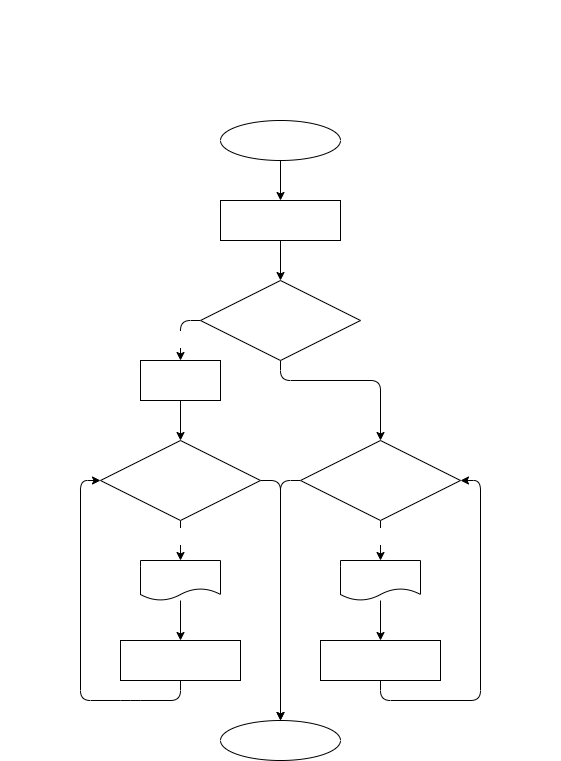
Above: cSharp_hw01/task_08/diagram.drawio.png in Namcorp1/tasksOnCSharp (draw.io), before the change. Source tidied: cells renumbered, new cells last; positions are measured from the earlier drawing's top-left corner, leaving out a move shared by most shapes. Source of this version:
```xml
<mxGraphModel>
  <root>
    <mxCell id="0" />
    <mxCell id="1" parent="0" />
    <mxCell id="2" value="&lt;p style=&quot;box-sizing: border-box ; margin: 0px ; font-weight: normal ; font-family: &amp;#34;roboto&amp;#34; , &amp;#34;san francisco&amp;#34; , &amp;#34;helvetica neue&amp;#34; , &amp;#34;helvetica&amp;#34; , &amp;#34;arial&amp;#34; ; font-size: 15px ; font-style: normal ; letter-spacing: normal ; text-indent: 0px ; text-transform: none ; word-spacing: 0px ; text-decoration: none&quot;&gt;&lt;font color=&quot;#ffffff&quot;&gt;&lt;strong style=&quot;box-sizing: border-box ; font-weight: 700&quot;&gt;Задача 8:&lt;/strong&gt;&lt;span class=&quot;Apple-converted-space&quot;&gt;&amp;nbsp;&lt;/span&gt;Напишите программу, которая на вход принимает число (N), а на выходе показывает все чётные числа от 1 до N.&lt;/font&gt;&lt;/p&gt;&lt;p style=&quot;box-sizing: border-box ; margin: 0px ; font-weight: normal ; font-family: &amp;#34;roboto&amp;#34; , &amp;#34;san francisco&amp;#34; , &amp;#34;helvetica neue&amp;#34; , &amp;#34;helvetica&amp;#34; , &amp;#34;arial&amp;#34; ; font-size: 15px ; font-style: normal ; letter-spacing: normal ; text-indent: 0px ; text-transform: none ; word-spacing: 0px ; text-decoration: none&quot;&gt;&lt;font color=&quot;#ffffff&quot;&gt;5 -&amp;gt; 2, 4&lt;br style=&quot;box-sizing: border-box&quot;&gt;8 -&amp;gt; 2, 4, 6, 8&lt;/font&gt;&lt;/p&gt;" style="text;whiteSpace=wrap;html=1;" parent="1" vertex="1">
      <mxGeometry width="560" height="80" as="geometry" />
    </mxCell>
    <mxCell id="3" style="edgeStyle=none;html=1;fontFamily=Courier New;fontSize=14;fontColor=#FFFFFF;" parent="1" edge="1" source="4" target="6">
      <mxGeometry relative="1" as="geometry" />
    </mxCell>
    <mxCell id="4" value="start" style="ellipse;whiteSpace=wrap;html=1;fontColor=#FFFFFF;fontSize=14;fontFamily=Courier New;" parent="1" vertex="1">
      <mxGeometry x="220" y="120" width="120" height="40" as="geometry" />
    </mxCell>
    <mxCell id="5" style="edgeStyle=none;html=1;fontFamily=Courier New;fontSize=14;fontColor=#FFFFFF;" parent="1" edge="1" source="6" target="10">
      <mxGeometry relative="1" as="geometry" />
    </mxCell>
    <mxCell id="6" value="N = 5&lt;br&gt;count = 2" style="whiteSpace=wrap;html=1;fontSize=14;fontFamily=Courier New;fontColor=#FFFFFF;" parent="1" vertex="1">
      <mxGeometry x="220" y="200" width="120" height="40" as="geometry" />
    </mxCell>
    <mxCell id="7" style="edgeStyle=none;html=1;fontFamily=Courier New;fontSize=14;fontColor=#FFFFFF;entryX=0.5;entryY=0;entryDx=0;entryDy=0;exitX=0;exitY=0.5;exitDx=0;exitDy=0;" parent="1" edge="1" source="10" target="12">
      <mxGeometry relative="1" as="geometry">
        <Array as="points">
          <mxPoint x="180" y="320" />
        </Array>
      </mxGeometry>
    </mxCell>
    <mxCell id="8" value="true" style="edgeLabel;html=1;align=center;verticalAlign=middle;fontSize=14;fontFamily=Courier New;fontColor=#FFFFFF;" parent="7" vertex="1">
      <mxGeometry x="0.3" y="1" relative="1" as="geometry" />
    </mxCell>
    <mxCell id="9" style="edgeStyle=none;html=1;exitX=0.5;exitY=1;exitDx=0;exitDy=0;fontFamily=Courier New;fontSize=14;fontColor=#FFFFFF;entryX=0.5;entryY=0;entryDx=0;entryDy=0;" parent="1" edge="1" source="10" target="24">
      <mxGeometry relative="1" as="geometry">
        <Array as="points">
          <mxPoint x="280" y="380" />
          <mxPoint x="380" y="380" />
        </Array>
      </mxGeometry>
    </mxCell>
    <mxCell id="10" value="N &amp;lt; 0" style="rhombus;whiteSpace=wrap;html=1;fontSize=14;fontFamily=Courier New;fontColor=#FFFFFF;" parent="1" vertex="1">
      <mxGeometry x="200" y="280" width="160" height="80" as="geometry" />
    </mxCell>
    <mxCell id="11" style="edgeStyle=none;html=1;exitX=0.5;exitY=1;exitDx=0;exitDy=0;entryX=0.5;entryY=0;entryDx=0;entryDy=0;fontFamily=Courier New;fontSize=14;fontColor=#FFFFFF;" parent="1" edge="1" source="12" target="16">
      <mxGeometry relative="1" as="geometry" />
    </mxCell>
    <mxCell id="12" value="count = 0" style="whiteSpace=wrap;html=1;fontSize=14;fontFamily=Courier New;fontColor=#FFFFFF;" parent="1" vertex="1">
      <mxGeometry x="140" y="360" width="80" height="40" as="geometry" />
    </mxCell>
    <mxCell id="13" style="edgeStyle=none;html=1;fontFamily=Courier New;fontSize=14;fontColor=#FFFFFF;" parent="1" edge="1" source="16" target="18">
      <mxGeometry relative="1" as="geometry" />
    </mxCell>
    <mxCell id="14" value="true" style="edgeLabel;html=1;align=center;verticalAlign=middle;fontSize=14;fontFamily=Courier New;fontColor=#FFFFFF;" parent="13" vertex="1">
      <mxGeometry x="-0.2" y="1" relative="1" as="geometry" />
    </mxCell>
    <mxCell id="15" style="edgeStyle=none;html=1;exitX=1;exitY=0.5;exitDx=0;exitDy=0;fontFamily=Courier New;fontSize=14;fontColor=#FFFFFF;" parent="1" edge="1" source="16">
      <mxGeometry relative="1" as="geometry">
        <mxPoint x="280" y="720" as="targetPoint" />
        <Array as="points">
          <mxPoint x="280" y="480" />
        </Array>
      </mxGeometry>
    </mxCell>
    <mxCell id="16" value="count &amp;gt;= N" style="rhombus;whiteSpace=wrap;html=1;fontSize=14;fontFamily=Courier New;fontColor=#FFFFFF;" parent="1" vertex="1">
      <mxGeometry x="100" y="440" width="160" height="80" as="geometry" />
    </mxCell>
    <mxCell id="17" style="edgeStyle=none;html=1;fontFamily=Courier New;fontSize=14;fontColor=#FFFFFF;" parent="1" edge="1" source="18" target="20">
      <mxGeometry relative="1" as="geometry" />
    </mxCell>
    <mxCell id="18" value="count" style="shape=document;whiteSpace=wrap;html=1;boundedLbl=1;fontSize=14;fontFamily=Courier New;fontColor=#FFFFFF;" parent="1" vertex="1">
      <mxGeometry x="140" y="560" width="80" height="40" as="geometry" />
    </mxCell>
    <mxCell id="19" style="edgeStyle=none;html=1;exitX=0.5;exitY=1;exitDx=0;exitDy=0;entryX=0;entryY=0.5;entryDx=0;entryDy=0;fontFamily=Courier New;fontSize=14;fontColor=#FFFFFF;" parent="1" edge="1" source="20" target="16">
      <mxGeometry relative="1" as="geometry">
        <Array as="points">
          <mxPoint x="180" y="700" />
          <mxPoint x="130" y="700" />
          <mxPoint x="80" y="700" />
          <mxPoint x="80" y="480" />
        </Array>
      </mxGeometry>
    </mxCell>
    <mxCell id="20" value="count -= 2" style="whiteSpace=wrap;html=1;fontSize=14;fontFamily=Courier New;fontColor=#FFFFFF;" parent="1" vertex="1">
      <mxGeometry x="120" y="640" width="120" height="40" as="geometry" />
    </mxCell>
    <mxCell id="21" style="edgeStyle=none;html=1;fontFamily=Courier New;fontSize=14;fontColor=#FFFFFF;" parent="1" edge="1" source="24" target="26">
      <mxGeometry relative="1" as="geometry" />
    </mxCell>
    <mxCell id="22" value="true" style="edgeLabel;html=1;align=center;verticalAlign=middle;fontSize=14;fontFamily=Courier New;fontColor=#FFFFFF;" parent="21" vertex="1">
      <mxGeometry x="-0.2" y="1" relative="1" as="geometry" />
    </mxCell>
    <mxCell id="23" style="edgeStyle=none;html=1;exitX=0;exitY=0.5;exitDx=0;exitDy=0;fontFamily=Courier New;fontSize=14;fontColor=#FFFFFF;" parent="1" edge="1" source="24">
      <mxGeometry relative="1" as="geometry">
        <mxPoint x="280" y="720" as="targetPoint" />
        <Array as="points">
          <mxPoint x="280" y="480" />
        </Array>
      </mxGeometry>
    </mxCell>
    <mxCell id="24" value="count &amp;lt;= N" style="rhombus;whiteSpace=wrap;html=1;fontSize=14;fontFamily=Courier New;fontColor=#FFFFFF;" parent="1" vertex="1">
      <mxGeometry x="300" y="440" width="160" height="80" as="geometry" />
    </mxCell>
    <mxCell id="25" style="edgeStyle=none;html=1;fontFamily=Courier New;fontSize=14;fontColor=#FFFFFF;" parent="1" edge="1" source="26" target="28">
      <mxGeometry relative="1" as="geometry" />
    </mxCell>
    <mxCell id="26" value="count" style="shape=document;whiteSpace=wrap;html=1;boundedLbl=1;fontSize=14;fontFamily=Courier New;fontColor=#FFFFFF;" parent="1" vertex="1">
      <mxGeometry x="340" y="560" width="80" height="40" as="geometry" />
    </mxCell>
    <mxCell id="27" style="edgeStyle=none;html=1;exitX=0.5;exitY=1;exitDx=0;exitDy=0;entryX=1;entryY=0.5;entryDx=0;entryDy=0;fontFamily=Courier New;fontSize=14;fontColor=#FFFFFF;" parent="1" edge="1" source="28" target="24">
      <mxGeometry relative="1" as="geometry">
        <Array as="points">
          <mxPoint x="380" y="700" />
          <mxPoint x="480" y="700" />
          <mxPoint x="480" y="480" />
        </Array>
      </mxGeometry>
    </mxCell>
    <mxCell id="28" value="count += 2" style="whiteSpace=wrap;html=1;fontSize=14;fontFamily=Courier New;fontColor=#FFFFFF;" parent="1" vertex="1">
      <mxGeometry x="320" y="640" width="120" height="40" as="geometry" />
    </mxCell>
    <mxCell id="29" value="end" style="ellipse;whiteSpace=wrap;html=1;fontFamily=Courier New;fontSize=14;fontColor=#FFFFFF;" parent="1" vertex="1">
      <mxGeometry x="220" y="720" width="120" height="40" as="geometry" />
    </mxCell>
  </root>
</mxGraphModel>
```
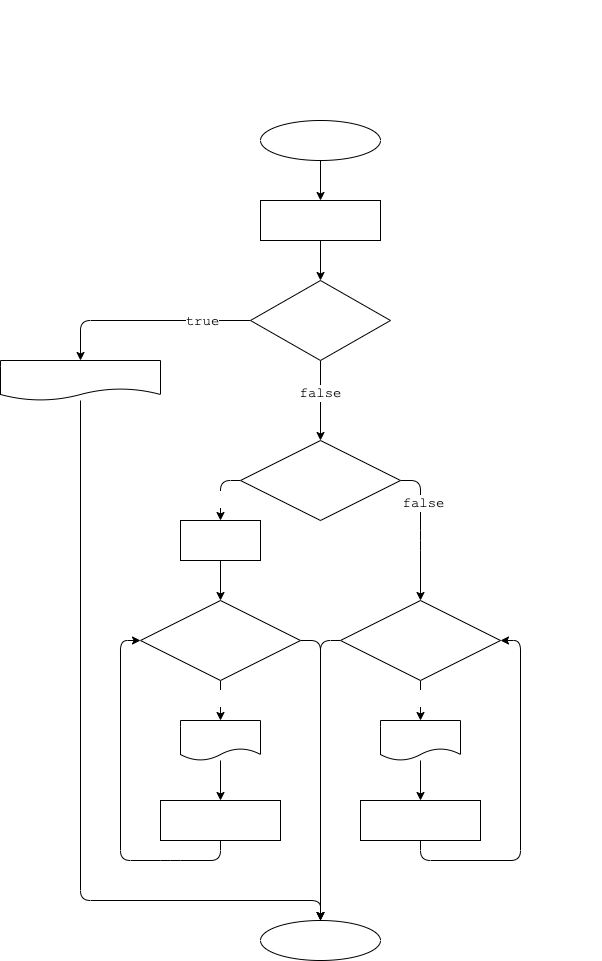
After the change.

Commit message:
Add solution for task 08 on C# and correct diagram

The edit, as a diff of the source:
```diff
@@ -2,20 +2,20 @@
   <root>
     <mxCell id="0" />
     <mxCell id="1" parent="0" />
-    <mxCell id="2" value="&lt;p style=&quot;box-sizing: border-box ; margin: 0px ; font-weight: normal ; font-family: &amp;#34;roboto&amp;#34; , &amp;#34;san francisco&amp;#34; , &amp;#34;helvetica neue&amp;#34; , &amp;#34;helvetica&amp;#34; , &amp;#34;arial&amp;#34; ; font-size: 15px ; font-style: normal ; letter-spacing: normal ; text-indent: 0px ; text-transform: none ; word-spacing: 0px ; text-decoration: none&quot;&gt;&lt;font color=&quot;#ffffff&quot;&gt;&lt;strong style=&quot;box-sizing: border-box ; font-weight: 700&quot;&gt;Задача 8:&lt;/strong&gt;&lt;span class=&quot;Apple-converted-space&quot;&gt;&amp;nbsp;&lt;/span&gt;Напишите программу, которая на вход принимает число (N), а на выходе показывает все чётные числа от 1 до N.&lt;/font&gt;&lt;/p&gt;&lt;p style=&quot;box-sizing: border-box ; margin: 0px ; font-weight: normal ; font-family: &amp;#34;roboto&amp;#34; , &amp;#34;san francisco&amp;#34; , &amp;#34;helvetica neue&amp;#34; , &amp;#34;helvetica&amp;#34; , &amp;#34;arial&amp;#34; ; font-size: 15px ; font-style: normal ; letter-spacing: normal ; text-indent: 0px ; text-transform: none ; word-spacing: 0px ; text-decoration: none&quot;&gt;&lt;font color=&quot;#ffffff&quot;&gt;5 -&amp;gt; 2, 4&lt;br style=&quot;box-sizing: border-box&quot;&gt;8 -&amp;gt; 2, 4, 6, 8&lt;/font&gt;&lt;/p&gt;" style="text;whiteSpace=wrap;html=1;" parent="1" vertex="1">
-      <mxGeometry width="560" height="80" as="geometry" />
+    <mxCell id="2" value="&lt;p style=&quot;box-sizing: border-box; margin: 0px; font-weight: normal; font-size: 14px; font-style: normal; letter-spacing: normal; text-indent: 0px; text-transform: none; word-spacing: 0px; text-decoration: none;&quot;&gt;&lt;font color=&quot;#ffffff&quot; style=&quot;font-size: 14px;&quot;&gt;&lt;strong style=&quot;box-sizing: border-box; font-weight: 700; font-size: 14px;&quot;&gt;Задача 8:&lt;/strong&gt;&lt;span class=&quot;Apple-converted-space&quot; style=&quot;font-size: 14px;&quot;&gt;&amp;nbsp;&lt;/span&gt;Напишите программу, которая на вход принимает число (N), а на выходе показывает все чётные числа от 1 до N.&lt;/font&gt;&lt;/p&gt;&lt;p style=&quot;box-sizing: border-box; margin: 0px; font-weight: normal; font-size: 14px; font-style: normal; letter-spacing: normal; text-indent: 0px; text-transform: none; word-spacing: 0px; text-decoration: none;&quot;&gt;&lt;font color=&quot;#ffffff&quot; style=&quot;font-size: 14px;&quot;&gt;5 -&amp;gt; 2, 4&lt;br style=&quot;box-sizing: border-box; font-size: 14px;&quot;&gt;8 -&amp;gt; 2, 4, 6, 8&lt;/font&gt;&lt;/p&gt;" style="text;whiteSpace=wrap;html=1;fontFamily=Courier New;fontSize=14;" parent="1" vertex="1">
+      <mxGeometry y="-160" width="560" height="80" as="geometry" />
     </mxCell>
     <mxCell id="3" style="edgeStyle=none;html=1;fontFamily=Courier New;fontSize=14;fontColor=#FFFFFF;" parent="1" edge="1" source="4" target="6">
       <mxGeometry relative="1" as="geometry" />
     </mxCell>
     <mxCell id="4" value="start" style="ellipse;whiteSpace=wrap;html=1;fontColor=#FFFFFF;fontSize=14;fontFamily=Courier New;" parent="1" vertex="1">
-      <mxGeometry x="220" y="120" width="120" height="40" as="geometry" />
+      <mxGeometry x="220" y="-40" width="120" height="40" as="geometry" />
     </mxCell>
-    <mxCell id="5" style="edgeStyle=none;html=1;fontFamily=Courier New;fontSize=14;fontColor=#FFFFFF;" parent="1" edge="1" source="6" target="10">
-      <mxGeometry relative="1" as="geometry" />
-    </mxCell>
+    <mxCell id="30" style="edgeStyle=none;html=1;fontFamily=Courier New;fontSize=14;" parent="1" edge="1" source="6" target="36">
+      <mxGeometry relative="1" as="geometry" />
+    </mxCell>
-    <mxCell id="6" value="N = 5&lt;br&gt;count = 2" style="whiteSpace=wrap;html=1;fontSize=14;fontFamily=Courier New;fontColor=#FFFFFF;" parent="1" vertex="1">
-      <mxGeometry x="220" y="200" width="120" height="40" as="geometry" />
+    <mxCell id="6" value="n = 5&lt;br style=&quot;font-size: 14px;&quot;&gt;count = 2" style="whiteSpace=wrap;html=1;fontSize=14;fontFamily=Courier New;fontColor=#FFFFFF;" parent="1" vertex="1">
+      <mxGeometry x="220" y="40" width="120" height="40" as="geometry" />
     </mxCell>
     <mxCell id="7" style="edgeStyle=none;html=1;fontFamily=Courier New;fontSize=14;fontColor=#FFFFFF;entryX=0.5;entryY=0;entryDx=0;entryDy=0;exitX=0;exitY=0.5;exitDx=0;exitDy=0;" parent="1" edge="1" source="10" target="12">
       <mxGeometry relative="1" as="geometry">
@@ -27,15 +27,18 @@
     <mxCell id="8" value="true" style="edgeLabel;html=1;align=center;verticalAlign=middle;fontSize=14;fontFamily=Courier New;fontColor=#FFFFFF;" parent="7" vertex="1">
       <mxGeometry x="0.3" y="1" relative="1" as="geometry" />
     </mxCell>
-    <mxCell id="9" style="edgeStyle=none;html=1;exitX=0.5;exitY=1;exitDx=0;exitDy=0;fontFamily=Courier New;fontSize=14;fontColor=#FFFFFF;entryX=0.5;entryY=0;entryDx=0;entryDy=0;" parent="1" edge="1" source="10" target="24">
+    <mxCell id="9" style="edgeStyle=none;html=1;exitX=1;exitY=0.5;exitDx=0;exitDy=0;fontFamily=Courier New;fontSize=14;fontColor=#FFFFFF;entryX=0.5;entryY=0;entryDx=0;entryDy=0;" parent="1" edge="1" source="10" target="24">
       <mxGeometry relative="1" as="geometry">
         <Array as="points">
-          <mxPoint x="280" y="380" />
+          <mxPoint x="380" y="320" />
           <mxPoint x="380" y="380" />
         </Array>
       </mxGeometry>
     </mxCell>
+    <mxCell id="31" value="false" style="edgeLabel;html=1;align=center;verticalAlign=middle;fontSize=14;fontFamily=Courier New;" parent="9" vertex="1">
+      <mxGeometry x="-0.4" y="2" relative="1" as="geometry" />
+    </mxCell>
-    <mxCell id="10" value="N &amp;lt; 0" style="rhombus;whiteSpace=wrap;html=1;fontSize=14;fontFamily=Courier New;fontColor=#FFFFFF;" parent="1" vertex="1">
+    <mxCell id="10" value="n &amp;lt;= 0" style="rhombus;whiteSpace=wrap;html=1;fontSize=14;fontFamily=Courier New;fontColor=#FFFFFF;" parent="1" vertex="1">
       <mxGeometry x="200" y="280" width="160" height="80" as="geometry" />
     </mxCell>
     <mxCell id="11" style="edgeStyle=none;html=1;exitX=0.5;exitY=1;exitDx=0;exitDy=0;entryX=0.5;entryY=0;entryDx=0;entryDy=0;fontFamily=Courier New;fontSize=14;fontColor=#FFFFFF;" parent="1" edge="1" source="12" target="16">
@@ -50,15 +53,14 @@
     <mxCell id="14" value="true" style="edgeLabel;html=1;align=center;verticalAlign=middle;fontSize=14;fontFamily=Courier New;fontColor=#FFFFFF;" parent="13" vertex="1">
       <mxGeometry x="-0.2" y="1" relative="1" as="geometry" />
     </mxCell>
-    <mxCell id="15" style="edgeStyle=none;html=1;exitX=1;exitY=0.5;exitDx=0;exitDy=0;fontFamily=Courier New;fontSize=14;fontColor=#FFFFFF;" parent="1" edge="1" source="16">
+    <mxCell id="15" style="edgeStyle=none;html=1;exitX=1;exitY=0.5;exitDx=0;exitDy=0;fontFamily=Courier New;fontSize=14;fontColor=#FFFFFF;entryX=0.5;entryY=0;entryDx=0;entryDy=0;" parent="1" edge="1" source="16" target="29">
       <mxGeometry relative="1" as="geometry">
-        <mxPoint x="280" y="720" as="targetPoint" />
         <Array as="points">
           <mxPoint x="280" y="480" />
         </Array>
       </mxGeometry>
     </mxCell>
-    <mxCell id="16" value="count &amp;gt;= N" style="rhombus;whiteSpace=wrap;html=1;fontSize=14;fontFamily=Courier New;fontColor=#FFFFFF;" parent="1" vertex="1">
+    <mxCell id="16" value="count &amp;gt;= n" style="rhombus;whiteSpace=wrap;html=1;fontSize=14;fontFamily=Courier New;fontColor=#FFFFFF;" parent="1" vertex="1">
       <mxGeometry x="100" y="440" width="160" height="80" as="geometry" />
     </mxCell>
     <mxCell id="17" style="edgeStyle=none;html=1;fontFamily=Courier New;fontSize=14;fontColor=#FFFFFF;" parent="1" edge="1" source="18" target="20">
@@ -86,15 +88,14 @@
     <mxCell id="22" value="true" style="edgeLabel;html=1;align=center;verticalAlign=middle;fontSize=14;fontFamily=Courier New;fontColor=#FFFFFF;" parent="21" vertex="1">
       <mxGeometry x="-0.2" y="1" relative="1" as="geometry" />
     </mxCell>
-    <mxCell id="23" style="edgeStyle=none;html=1;exitX=0;exitY=0.5;exitDx=0;exitDy=0;fontFamily=Courier New;fontSize=14;fontColor=#FFFFFF;" parent="1" edge="1" source="24">
+    <mxCell id="23" style="edgeStyle=none;html=1;exitX=0;exitY=0.5;exitDx=0;exitDy=0;fontFamily=Courier New;fontSize=14;fontColor=#FFFFFF;entryX=0.5;entryY=0;entryDx=0;entryDy=0;" parent="1" edge="1" source="24" target="29">
       <mxGeometry relative="1" as="geometry">
-        <mxPoint x="280" y="720" as="targetPoint" />
         <Array as="points">
           <mxPoint x="280" y="480" />
         </Array>
       </mxGeometry>
     </mxCell>
-    <mxCell id="24" value="count &amp;lt;= N" style="rhombus;whiteSpace=wrap;html=1;fontSize=14;fontFamily=Courier New;fontColor=#FFFFFF;" parent="1" vertex="1">
+    <mxCell id="24" value="count &amp;lt;= n" style="rhombus;whiteSpace=wrap;html=1;fontSize=14;fontFamily=Courier New;fontColor=#FFFFFF;" parent="1" vertex="1">
       <mxGeometry x="300" y="440" width="160" height="80" as="geometry" />
     </mxCell>
     <mxCell id="25" style="edgeStyle=none;html=1;fontFamily=Courier New;fontSize=14;fontColor=#FFFFFF;" parent="1" edge="1" source="26" target="28">
@@ -116,7 +117,41 @@
       <mxGeometry x="320" y="640" width="120" height="40" as="geometry" />
     </mxCell>
     <mxCell id="29" value="end" style="ellipse;whiteSpace=wrap;html=1;fontFamily=Courier New;fontSize=14;fontColor=#FFFFFF;" parent="1" vertex="1">
-      <mxGeometry x="220" y="720" width="120" height="40" as="geometry" />
+      <mxGeometry x="220" y="760" width="120" height="40" as="geometry" />
     </mxCell>
+    <mxCell id="32" style="edgeStyle=none;html=1;fontFamily=Courier New;fontSize=14;entryX=0.5;entryY=0;entryDx=0;entryDy=0;" parent="1" edge="1" source="36" target="38">
+      <mxGeometry relative="1" as="geometry">
+        <Array as="points">
+          <mxPoint x="40" y="160" />
+        </Array>
+      </mxGeometry>
+    </mxCell>
+    <mxCell id="33" value="true" style="edgeLabel;html=1;align=center;verticalAlign=middle;fontSize=14;fontFamily=Courier New;" parent="32" vertex="1">
+      <mxGeometry x="-0.53" relative="1" as="geometry">
+        <mxPoint x="1" as="offset" />
+      </mxGeometry>
+    </mxCell>
+    <mxCell id="34" style="edgeStyle=none;html=1;exitX=0.5;exitY=1;exitDx=0;exitDy=0;entryX=0.5;entryY=0;entryDx=0;entryDy=0;fontFamily=Courier New;fontSize=14;" parent="1" edge="1" source="36" target="10">
+      <mxGeometry relative="1" as="geometry" />
+    </mxCell>
+    <mxCell id="35" value="false" style="edgeLabel;html=1;align=center;verticalAlign=middle;fontSize=14;fontFamily=Courier New;" parent="34" vertex="1">
+      <mxGeometry x="-0.21" y="4" relative="1" as="geometry">
+        <mxPoint x="-5" as="offset" />
+      </mxGeometry>
+    </mxCell>
+    <mxCell id="36" value="n == 1" style="rhombus;whiteSpace=wrap;html=1;fontSize=14;fontFamily=Courier New;fontColor=#FFFFFF;" parent="1" vertex="1">
+      <mxGeometry x="210" y="120" width="140" height="80" as="geometry" />
+    </mxCell>
+    <mxCell id="37" style="edgeStyle=none;html=1;entryX=0.5;entryY=0;entryDx=0;entryDy=0;fontFamily=Courier New;fontSize=14;" parent="1" edge="1" source="38" target="29">
+      <mxGeometry relative="1" as="geometry">
+        <Array as="points">
+          <mxPoint x="40" y="740" />
+          <mxPoint x="280" y="740" />
+        </Array>
+      </mxGeometry>
+    </mxCell>
+    <mxCell id="38" value="Чётных чисел нету!" style="shape=document;whiteSpace=wrap;html=1;boundedLbl=1;fontSize=14;fontFamily=Courier New;fontColor=#FFFFFF;" parent="1" vertex="1">
+      <mxGeometry x="-40" y="200" width="160" height="40" as="geometry" />
+    </mxCell>
   </root>
 </mxGraphModel>
```
